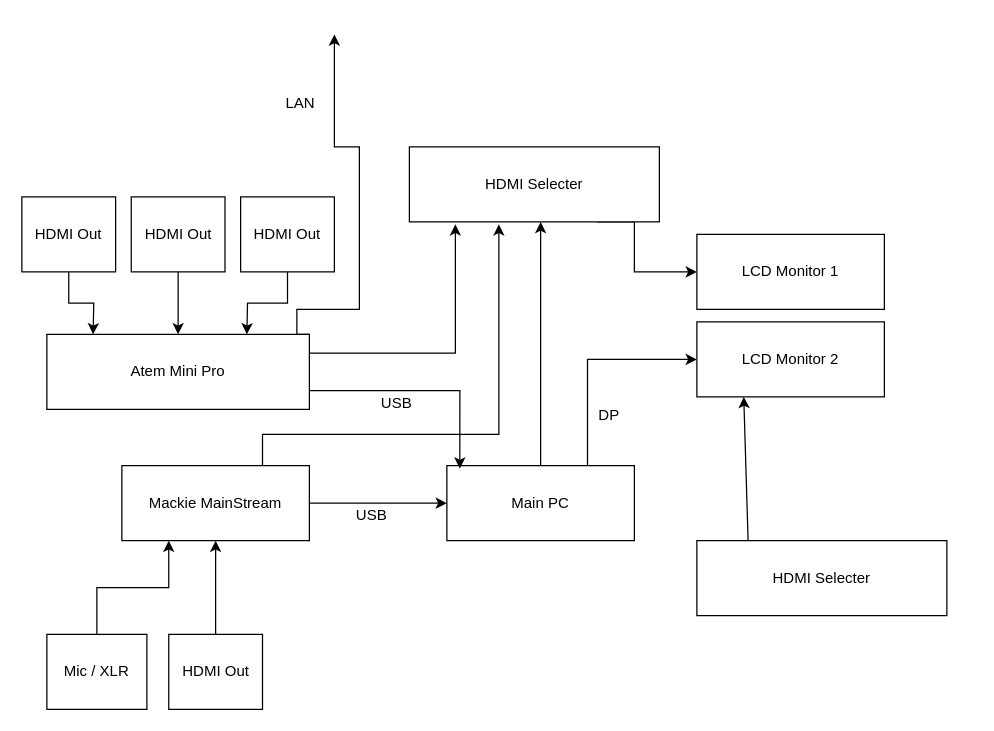
The draw.io diagram streaming_setting.drawio in hirofumihida/drowio-home, before the edit. Source tidied: cells renumbered, new cells numbered last; positions are measured from the earlier drawing's top-left corner, leaving out a move shared by most shapes. Both pictures are drawn from the tidied source at 125%, with x=0, y=0 at pixel (21, 34).
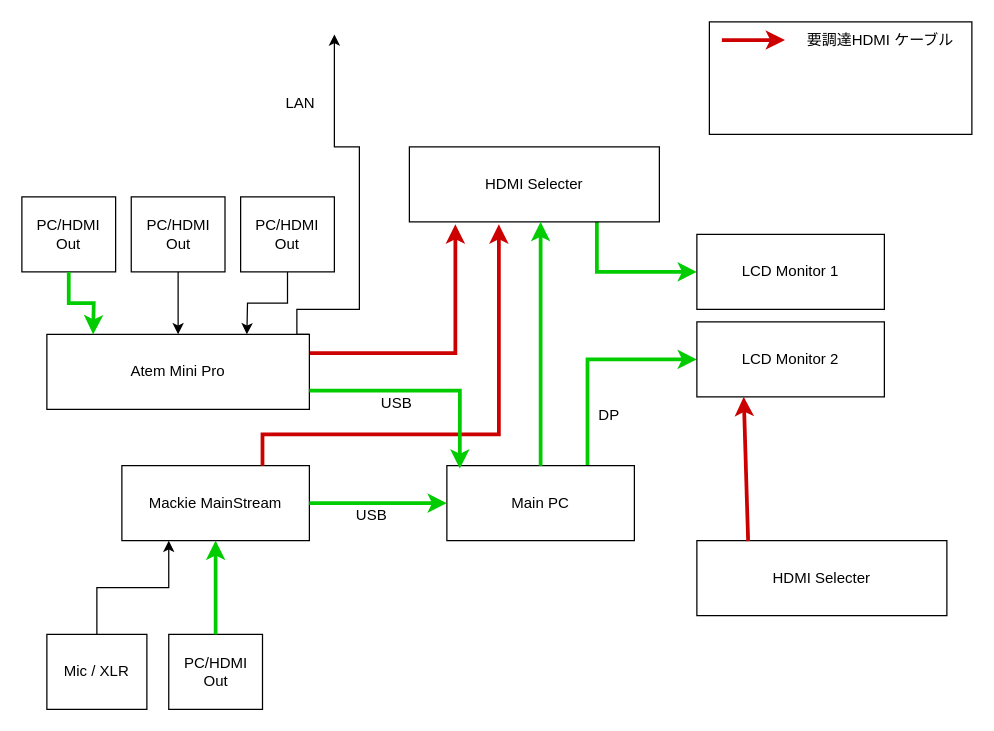
Above is the later version.

Unchanged cells that the change refers to:
```xml
<mxCell id="2" value="Mackie MainStream" style="rounded=0;whiteSpace=wrap;html=1;" parent="1" vertex="1">
  <mxGeometry x="80" y="345" width="150" height="60" as="geometry" />
</mxCell>
<mxCell id="8" value="HDMI Selecter" style="rounded=0;whiteSpace=wrap;html=1;" parent="1" vertex="1">
  <mxGeometry x="310" y="90" width="200" height="60" as="geometry" />
</mxCell>
<mxCell id="9" value="LCD Monitor 1" style="rounded=0;whiteSpace=wrap;html=1;" parent="1" vertex="1">
  <mxGeometry x="540" y="160" width="150" height="60" as="geometry" />
</mxCell>
<mxCell id="11" value="Main PC" style="rounded=0;whiteSpace=wrap;html=1;" parent="1" vertex="1">
  <mxGeometry x="340" y="345" width="150" height="60" as="geometry" />
</mxCell>
<mxCell id="13" value="LCD Monitor 2" style="rounded=0;whiteSpace=wrap;html=1;" parent="1" vertex="1">
  <mxGeometry x="540" y="230" width="150" height="60" as="geometry" />
</mxCell>
<mxCell id="16" value="Atem Mini Pro" style="rounded=0;whiteSpace=wrap;html=1;" parent="1" vertex="1">
  <mxGeometry x="20" y="240" width="210" height="60" as="geometry" />
</mxCell>
<mxCell id="28" value="HDMI Selecter" style="rounded=0;whiteSpace=wrap;html=1;" parent="1" vertex="1">
  <mxGeometry x="540" y="405" width="200" height="60" as="geometry" />
</mxCell>
```

Change to the diagram source:
```diff
@@
-    <mxCell id="5" value="HDMI Out" style="rounded=0;whiteSpace=wrap;html=1;" parent="1" vertex="1">
+    <mxCell id="5" value="PC/HDMI Out" style="rounded=0;whiteSpace=wrap;html=1;" parent="1" vertex="1">
       <mxGeometry x="117.5" y="480" width="75" height="60" as="geometry" />
     </mxCell>
-    <mxCell id="6" style="endArrow=classic;html=1;rounded=0;exitX=0.5;exitY=0;exitDx=0;exitDy=0;entryX=0.5;entryY=1;entryDx=0;entryDy=0;" parent="1" edge="1" source="5" target="2">
+    <mxCell id="6" style="endArrow=classic;html=1;rounded=0;exitX=0.5;exitY=0;exitDx=0;exitDy=0;entryX=0.5;entryY=1;entryDx=0;entryDy=0;strokeColor=#00CC00;strokeWidth=3;" parent="1" edge="1" source="5" target="2">
       <mxGeometry relative="1" as="geometry" />
     </mxCell>
-    <mxCell id="7" style="edgeStyle=orthogonalEdgeStyle;rounded=0;jettySize=auto;html=1;exitX=0.75;exitY=1;exitDx=0;exitDy=0;entryX=0;entryY=0.5;entryDx=0;entryDy=0;" parent="1" edge="1" source="8" target="9">
+    <mxCell id="7" style="edgeStyle=orthogonalEdgeStyle;rounded=0;jettySize=auto;html=1;exitX=0.75;exitY=1;exitDx=0;exitDy=0;entryX=0;entryY=0.5;entryDx=0;entryDy=0;strokeWidth=3;strokeColor=#00CC00;" parent="1" edge="1" source="8" target="9">
       <mxGeometry relative="1" as="geometry">
         <Array as="points">
-          <mxPoint x="490" y="150" />
-          <mxPoint x="490" y="190" />
+          <mxPoint x="460" y="190" />
         </Array>
       </mxGeometry>
     </mxCell>
@@
-    <mxCell id="10" style="edgeStyle=orthogonalEdgeStyle;rounded=0;jettySize=auto;html=1;exitX=0.75;exitY=0;exitDx=0;exitDy=0;entryX=0;entryY=0.5;entryDx=0;entryDy=0;" parent="1" edge="1" source="11" target="13">
+    <mxCell id="10" style="edgeStyle=orthogonalEdgeStyle;rounded=0;jettySize=auto;html=1;exitX=0.75;exitY=0;exitDx=0;exitDy=0;entryX=0;entryY=0.5;entryDx=0;entryDy=0;strokeColor=#00CC00;strokeWidth=3;" parent="1" edge="1" source="11" target="13">
       <mxGeometry relative="1" as="geometry" />
     </mxCell>
@@
-    <mxCell id="12" style="endArrow=classic;html=1;rounded=0;entryX=0.525;entryY=1;entryDx=0;entryDy=0;exitX=0.5;exitY=0;exitDx=0;exitDy=0;entryPerimeter=0;" parent="1" edge="1" source="11" target="8">
+    <mxCell id="12" style="endArrow=classic;html=1;rounded=0;entryX=0.525;entryY=1;entryDx=0;entryDy=0;exitX=0.5;exitY=0;exitDx=0;exitDy=0;entryPerimeter=0;strokeWidth=3;strokeColor=#00CC00;" parent="1" edge="1" source="11" target="8">
       <mxGeometry relative="1" as="geometry" />
     </mxCell>
@@
-    <mxCell id="14" style="edgeStyle=orthogonalEdgeStyle;rounded=0;jettySize=auto;html=1;exitX=1;exitY=0.25;exitDx=0;exitDy=0;entryX=0.184;entryY=1.033;entryDx=0;entryDy=0;entryPerimeter=0;" parent="1" edge="1" source="16" target="8">
+    <mxCell id="14" style="edgeStyle=orthogonalEdgeStyle;rounded=0;jettySize=auto;html=1;exitX=1;exitY=0.25;exitDx=0;exitDy=0;entryX=0.184;entryY=1.033;entryDx=0;entryDy=0;entryPerimeter=0;strokeWidth=3;strokeColor=#CC0000;" parent="1" edge="1" source="16" target="8">
       <mxGeometry relative="1" as="geometry" />
     </mxCell>
@@
-    <mxCell id="17" value="HDMI Out" style="rounded=0;whiteSpace=wrap;html=1;" parent="1" vertex="1">
+    <mxCell id="17" value="PC/HDMI Out" style="rounded=0;whiteSpace=wrap;html=1;" parent="1" vertex="1">
       <mxGeometry y="130" width="75" height="60" as="geometry" />
     </mxCell>
@@
-    <mxCell id="20" style="endArrow=classic;html=1;rounded=0;exitX=1;exitY=0.5;exitDx=0;exitDy=0;entryX=0;entryY=0.5;entryDx=0;entryDy=0;" parent="1" edge="1" source="2" target="11">
+    <mxCell id="20" style="endArrow=classic;html=1;rounded=0;exitX=1;exitY=0.5;exitDx=0;exitDy=0;entryX=0;entryY=0.5;entryDx=0;entryDy=0;strokeColor=#00CC00;strokeWidth=3;" parent="1" edge="1" source="2" target="11">
       <mxGeometry relative="1" as="geometry" />
     </mxCell>
@@
-    <mxCell id="22" value="HDMI Out" style="rounded=0;whiteSpace=wrap;html=1;" parent="1" vertex="1">
+    <mxCell id="22" value="PC/HDMI Out" style="rounded=0;whiteSpace=wrap;html=1;" parent="1" vertex="1">
       <mxGeometry x="87.5" y="130" width="75" height="60" as="geometry" />
     </mxCell>
-    <mxCell id="23" style="endArrow=classic;html=1;rounded=0;exitX=0.5;exitY=1;exitDx=0;exitDy=0;edgeStyle=orthogonalEdgeStyle;" parent="1" edge="1" source="17">
+    <mxCell id="23" style="endArrow=classic;html=1;rounded=0;exitX=0.5;exitY=1;exitDx=0;exitDy=0;edgeStyle=orthogonalEdgeStyle;strokeWidth=3;strokeColor=#00CC00;" parent="1" edge="1" source="17">
       <mxGeometry relative="1" as="geometry">
         <mxPoint x="57" y="240" as="targetPoint" />
       </mxGeometry>
     </mxCell>
-    <mxCell id="24" style="endArrow=classic;html=1;rounded=0;exitX=0.75;exitY=0;exitDx=0;exitDy=0;entryX=0.358;entryY=1.033;entryDx=0;entryDy=0;entryPerimeter=0;edgeStyle=orthogonalEdgeStyle;" parent="1" edge="1" source="2" target="8">
+    <mxCell id="24" style="endArrow=classic;html=1;rounded=0;exitX=0.75;exitY=0;exitDx=0;exitDy=0;entryX=0.358;entryY=1.033;entryDx=0;entryDy=0;entryPerimeter=0;edgeStyle=orthogonalEdgeStyle;strokeWidth=3;strokeColor=#CC0000;" parent="1" edge="1" source="2" target="8">
       <mxGeometry relative="1" as="geometry">
         <Array as="points">
           <mxPoint x="193" y="320" />
           <mxPoint x="382" y="320" />
         </Array>
       </mxGeometry>
     </mxCell>
-    <mxCell id="25" style="edgeStyle=orthogonalEdgeStyle;rounded=0;jettySize=auto;html=1;exitX=1;exitY=0.75;exitDx=0;exitDy=0;entryX=0.069;entryY=0.039;entryDx=0;entryDy=0;entryPerimeter=0;" parent="1" edge="1" source="16" target="11">
+    <mxCell id="25" style="edgeStyle=orthogonalEdgeStyle;rounded=0;jettySize=auto;html=1;exitX=1;exitY=0.75;exitDx=0;exitDy=0;entryX=0.069;entryY=0.039;entryDx=0;entryDy=0;entryPerimeter=0;strokeColor=#00CC00;strokeWidth=3;" parent="1" edge="1" source="16" target="11">
       <mxGeometry relative="1" as="geometry" />
     </mxCell>
-    <mxCell id="26" value="HDMI Out" style="rounded=0;whiteSpace=wrap;html=1;" parent="1" vertex="1">
+    <mxCell id="26" value="PC/HDMI Out" style="rounded=0;whiteSpace=wrap;html=1;" parent="1" vertex="1">
       <mxGeometry x="175" y="130" width="75" height="60" as="geometry" />
     </mxCell>
@@
-    <mxCell id="29" style="endArrow=classic;html=1;rounded=0;exitX=0.205;exitY=0.006;exitDx=0;exitDy=0;exitPerimeter=0;entryX=0.25;entryY=1;entryDx=0;entryDy=0;" parent="1" edge="1" source="28" target="13">
+    <mxCell id="29" style="endArrow=classic;html=1;rounded=0;exitX=0.205;exitY=0.006;exitDx=0;exitDy=0;exitPerimeter=0;entryX=0.25;entryY=1;entryDx=0;entryDy=0;strokeColor=#CC0000;strokeWidth=3;" parent="1" edge="1" source="28" target="13">
       <mxGeometry relative="1" as="geometry" />
     </mxCell>
@@
+    <mxCell id="32" style="rounded=0;whiteSpace=wrap;html=1;" parent="1" vertex="1">
+      <mxGeometry x="550" y="-10" width="210" height="90" as="geometry" />
+    </mxCell>
+    <mxCell id="33" style="endArrow=classic;html=1;rounded=0;exitX=0.5;exitY=0;exitDx=0;exitDy=0;strokeWidth=3;strokeColor=#CC0000;" parent="1" edge="1">
+      <mxGeometry relative="1" as="geometry">
+        <mxPoint x="560" y="4.5" as="sourcePoint" />
+        <mxPoint x="610.5" y="4.5" as="targetPoint" />
+      </mxGeometry>
+    </mxCell>
+    <mxCell id="34" value="要調達HDMI ケーブル" style="text;html=1;align=center;verticalAlign=middle;whiteSpace=wrap;rounded=0;" parent="1" vertex="1">
+      <mxGeometry x="620" y="-10" width="134" height="30" as="geometry" />
+    </mxCell>
```
